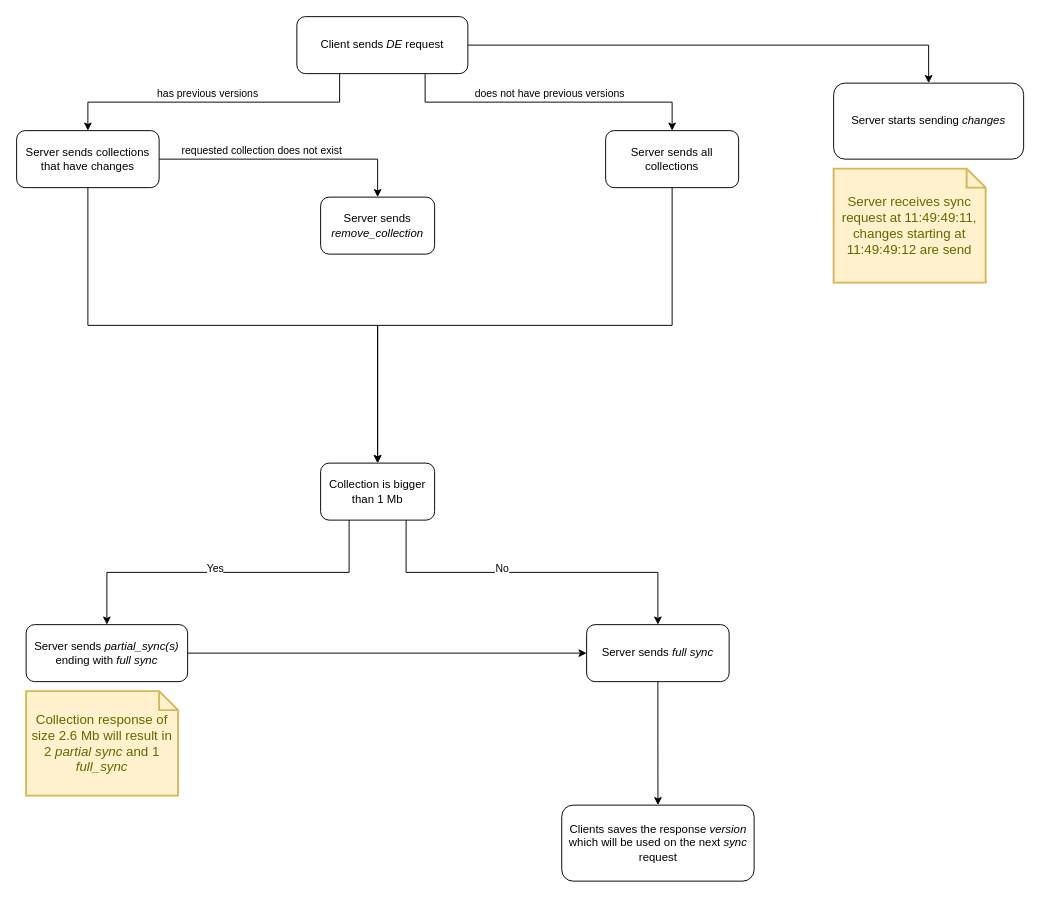
Earlier version of the draw.io diagram drawio/diagram.drawio (0xB1a60/rpr). Source tidied: cells renumbered, new cells numbered last; positions are measured from the earlier drawing's top-left corner, leaving out a move shared by most shapes. Both pictures are drawn from the tidied source at 95%, with x=0, y=0 at pixel (16, 16).
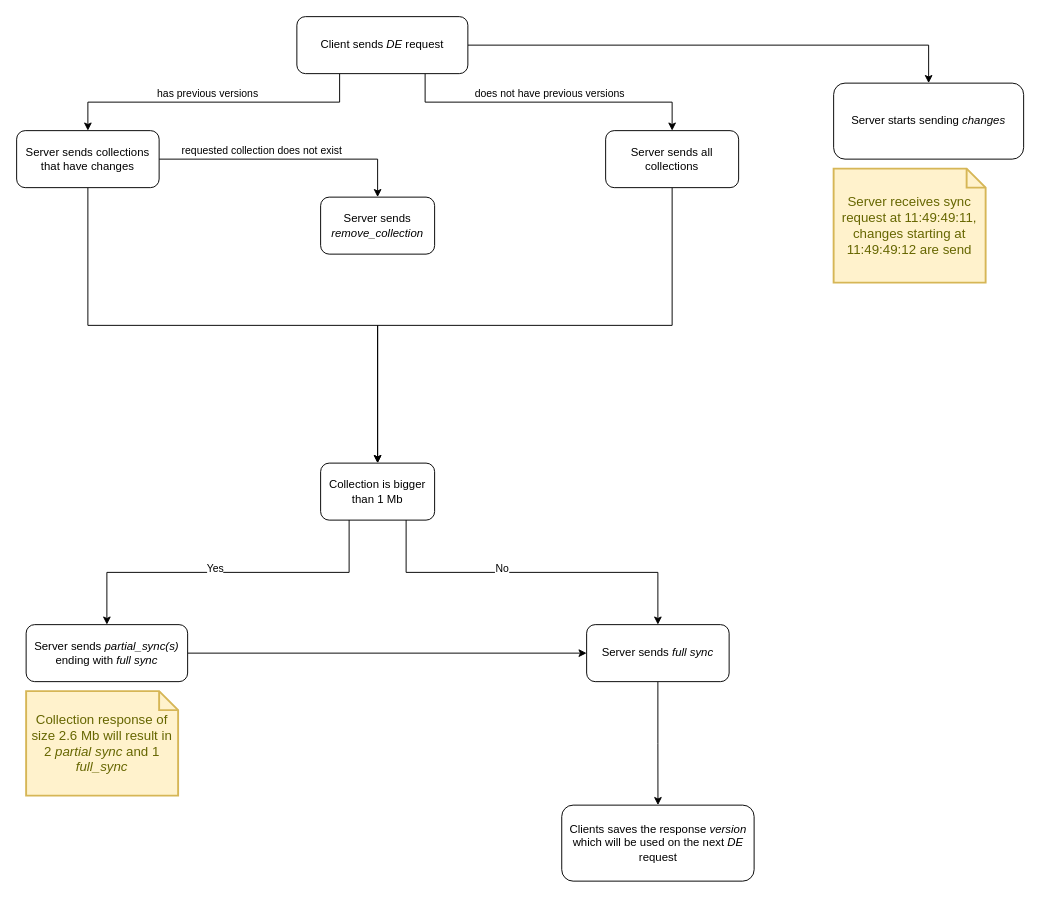
Above is the later version.

Commit message (it also covers changes not shown here):
Improved diagram and examples

What changed in the source:
```diff
@@
-    <mxCell id="27" value="Clients saves the response&amp;nbsp;&lt;i&gt;version&lt;/i&gt; which will be used on the next &lt;i&gt;sync&lt;/i&gt; request" style="rounded=1;whiteSpace=wrap;html=1;" parent="1" vertex="1">
+    <mxCell id="27" value="Clients saves the response&amp;nbsp;&lt;i&gt;version&lt;/i&gt; which will be used on the next &lt;i&gt;DE&lt;/i&gt; request" style="rounded=1;whiteSpace=wrap;html=1;" parent="1" vertex="1">
       <mxGeometry x="573.8" y="830" width="202.5" height="80" as="geometry" />
     </mxCell>
```
